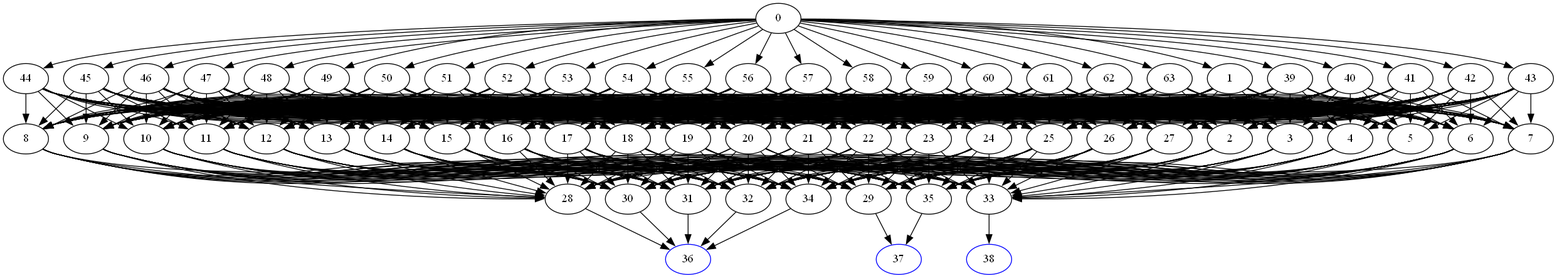
This is DomainPicture/p4-ebbnxzej3iq7a-5qpa3kh33k7umpui-if-v6exp3-v4.metric.gstatic.comdirected_graph.png from Asikl/MazeMapper, a Graphviz export, as it was before one commit. Its source is kept beside it as DomainPicture/p4-ebbnxzej3iq7a-5qpa3kh33k7umpui-if-v6exp3-v4.metric.gstatic.comdirected_graph.dot.
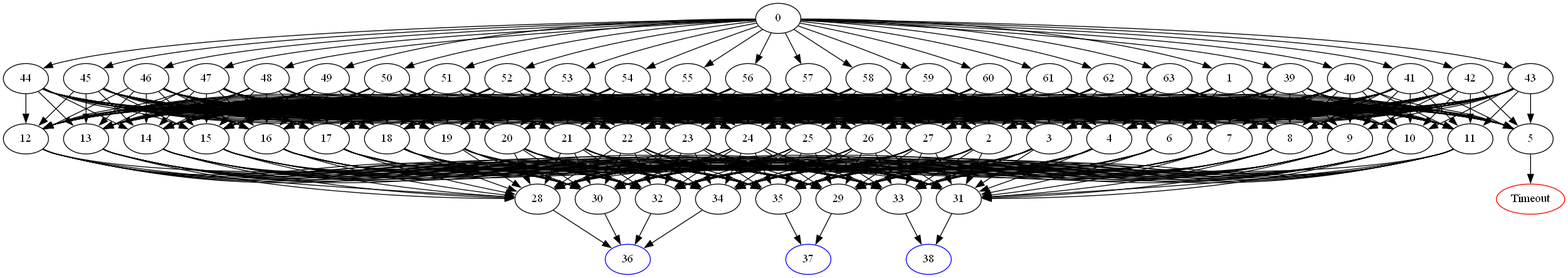
The same file after the commit.

The edit, as a diff of the source:
```diff
@@ -75,14 +75,8 @@
 	4 -> 33;
 	4 -> 34;
 	4 -> 35;
-	5 -> 28;
-	5 -> 29;
-	5 -> 30;
-	5 -> 31;
-	5 -> 32;
-	5 -> 33;
-	5 -> 34;
-	5 -> 35;
+	5 -> "Timeout";
+Timeout [color=red];
 	6 -> 28;
 	6 -> 29;
 	6 -> 30;
@@ -265,8 +259,8 @@
 37 [color=blue];
 	30 -> "36";
 36 [color=blue];
-	31 -> "36";
-36 [color=blue];
+	31 -> "38";
+38 [color=blue];
 	32 -> "36";
 36 [color=blue];
 	33 -> "38";
```
